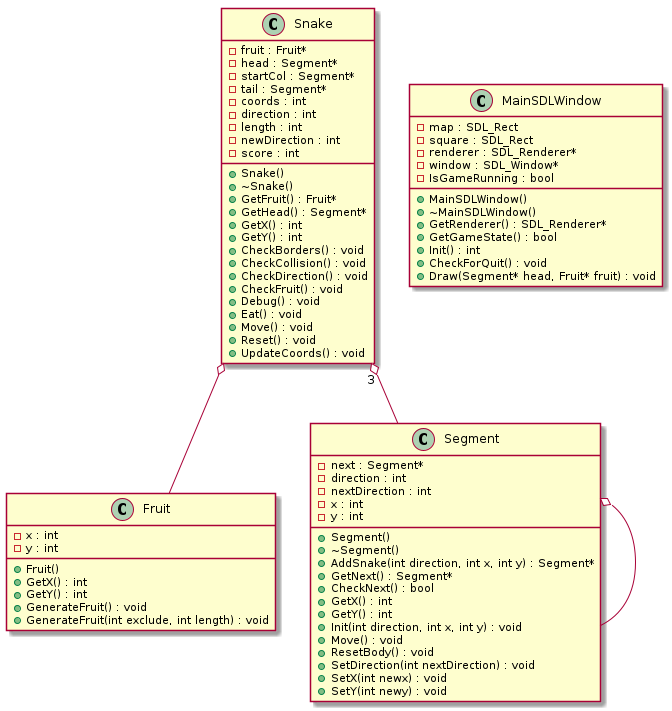
Above: uml/classes.png in Sh4dy01/gtech1-b10-snake (PlantUML), before the change. The source it was exported from:
```plantuml
@startuml






class Fruit {
	+Fruit()
	+GetX() : int
	+GetY() : int
	-x : int
	-y : int
	+GenerateFruit() : void
	+GenerateFruit(int exclude, int length) : void
}


class MainSDLWindow {
	+MainSDLWindow()
	+~MainSDLWindow()
	-map : SDL_Rect
	-square : SDL_Rect
	+GetRenderer() : SDL_Renderer*
	-renderer : SDL_Renderer*
	-window : SDL_Window*
	+GetGameState() : bool
	-IsGameRunning : bool
	+Init() : int
	+CheckForQuit() : void
	+Draw(Segment* head, Fruit* fruit) : void
}


class Segment {
	+Segment()
	+~Segment()
	+AddSnake(int direction, int x, int y) : Segment*
	+GetNext() : Segment*
	-next : Segment*
	+CheckNext() : bool
	+GetX() : int
	+GetY() : int
	-direction : int
	-nextDirection : int
	-x : int
	-y : int
	+Init(int direction, int x, int y) : void
	+Move() : void
	+ResetBody() : void
	+SetDirection(int nextDirection) : void
	+SetX(int newx) : void
	+SetY(int newy) : void
}


class Snake {
	+Snake()
	+~Snake()
	+GetFruit() : Fruit*
	-fruit : Fruit*
	+GetHead() : Segment*
	-head : Segment*
	-startCol : Segment*
	-tail : Segment*
	+GetX() : int
	+GetY() : int
	-coords : int
	-direction : int
	-length : int
	-newDirection : int
	-score : int
	+CheckBorders() : void
	+CheckCollision() : void
	+CheckDirection() : void
	+CheckFruit() : void
	+Debug() : void
	+Eat() : void
	+Move() : void
	+Reset() : void
	+UpdateCoords() : void
}










.Segment o-- .Segment


.Snake o-- .Fruit


.Snake "3" o-- .Segment









@enduml
```
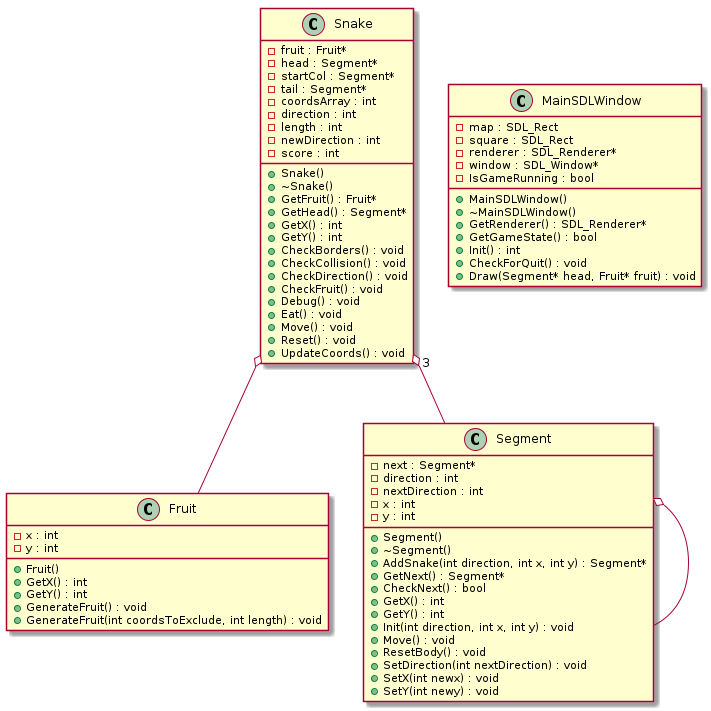
After the change.

Commit message:
Added executable & makefile to generate UML image

What changed in the source:
```diff
@@ -12,7 +12,7 @@
 	-x : int
 	-y : int
 	+GenerateFruit() : void
-	+GenerateFruit(int exclude, int length) : void
+	+GenerateFruit(int coordsToExclude, int length) : void
 }
 
 
@@ -65,7 +65,7 @@
 	-tail : Segment*
 	+GetX() : int
 	+GetY() : int
-	-coords : int
+	-coordsArray : int
 	-direction : int
 	-length : int
 	-newDirection : int
```
